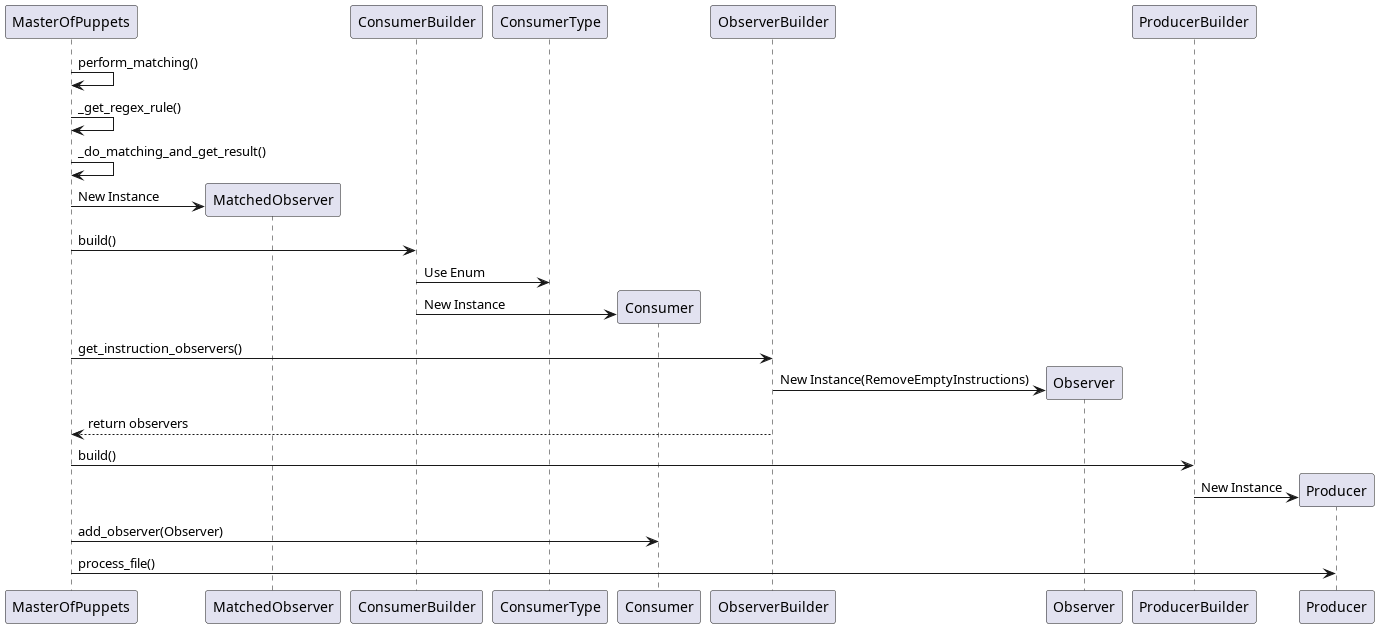
Before: design/sequence_diagram_match_module_only.png, a diagram exported from PlantUML (JukMR/JASM). Source of this version:
```plantuml
@startuml sequence_diagram_match_module_only
participant MasterOfPuppets
participant MatchedObserver
participant ConsumerBuilder
participant ConsumerType
participant Consumer
participant ObserverBuilder
participant Observer
participant ProducerBuilder
participant Producer

MasterOfPuppets -> MasterOfPuppets : perform_matching()
MasterOfPuppets -> MasterOfPuppets : _get_regex_rule()
MasterOfPuppets -> MasterOfPuppets : _do_matching_and_get_result()

create MatchedObserver
MasterOfPuppets -> MatchedObserver : New Instance

MasterOfPuppets -> ConsumerBuilder : build()
ConsumerBuilder -> ConsumerType : Use Enum

create Consumer
ConsumerBuilder -> Consumer : New Instance

MasterOfPuppets -> ObserverBuilder : get_instruction_observers()
create Observer
ObserverBuilder -> Observer : New Instance(RemoveEmptyInstructions)
ObserverBuilder --> MasterOfPuppets : return observers

MasterOfPuppets -> ProducerBuilder : build()
create Producer
ProducerBuilder -> Producer : New Instance

MasterOfPuppets -> Consumer : add_observer(Observer)
MasterOfPuppets -> Producer : process_file()
@enduml
```
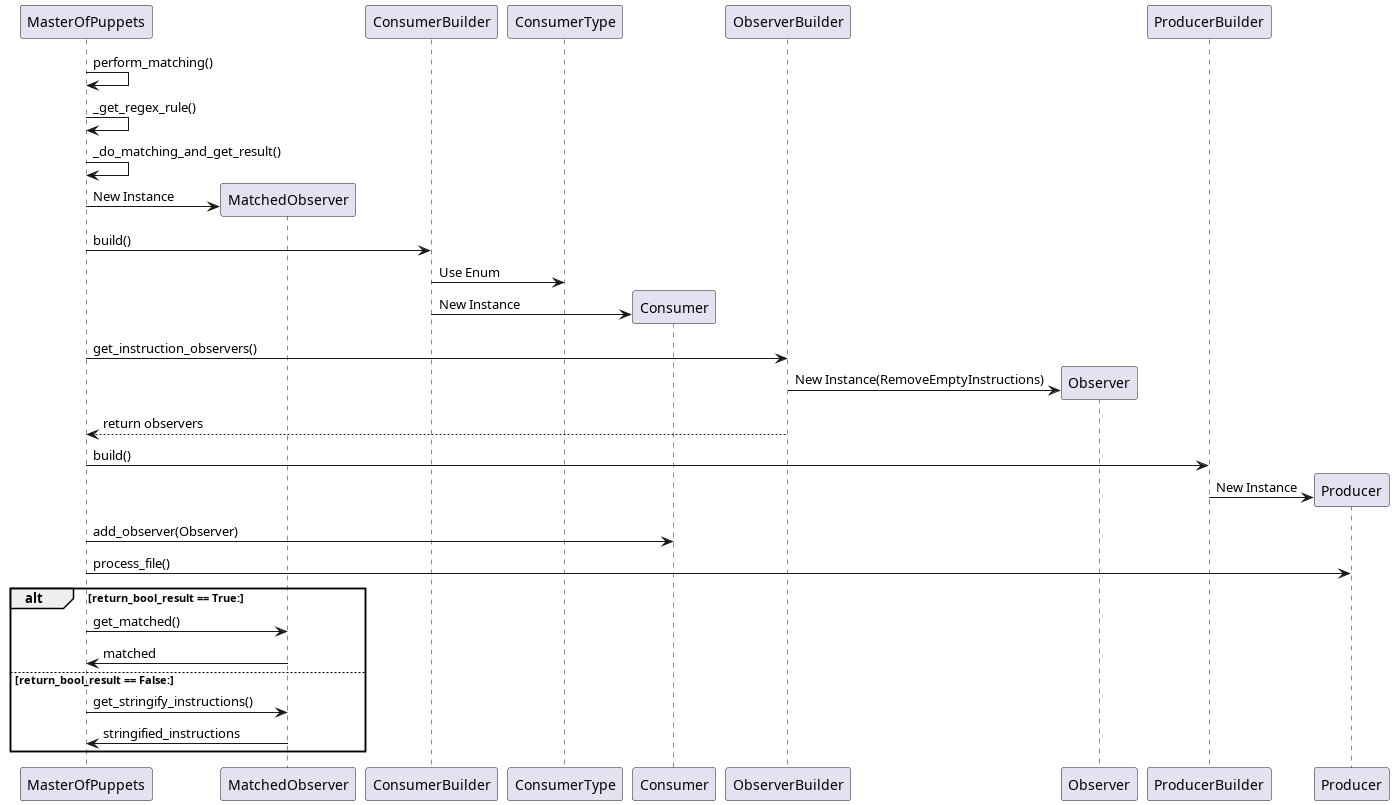
The same diagram one commit later.

Commit message:
Add alt block whether return_bool_result is True or not

Change to the diagram source:
```diff
@@ -33,4 +33,12 @@
 
 MasterOfPuppets -> Consumer : add_observer(Observer)
 MasterOfPuppets -> Producer : process_file()
+
+alt return_bool_result == True:
+    MasterOfPuppets -> MatchedObserver : get_matched()
+    MatchedObserver -> MasterOfPuppets: matched
+else return_bool_result == False:
+    MasterOfPuppets -> MatchedObserver : get_stringify_instructions()
+    MatchedObserver -> MasterOfPuppets: stringified_instructions
+end
 @enduml
```
